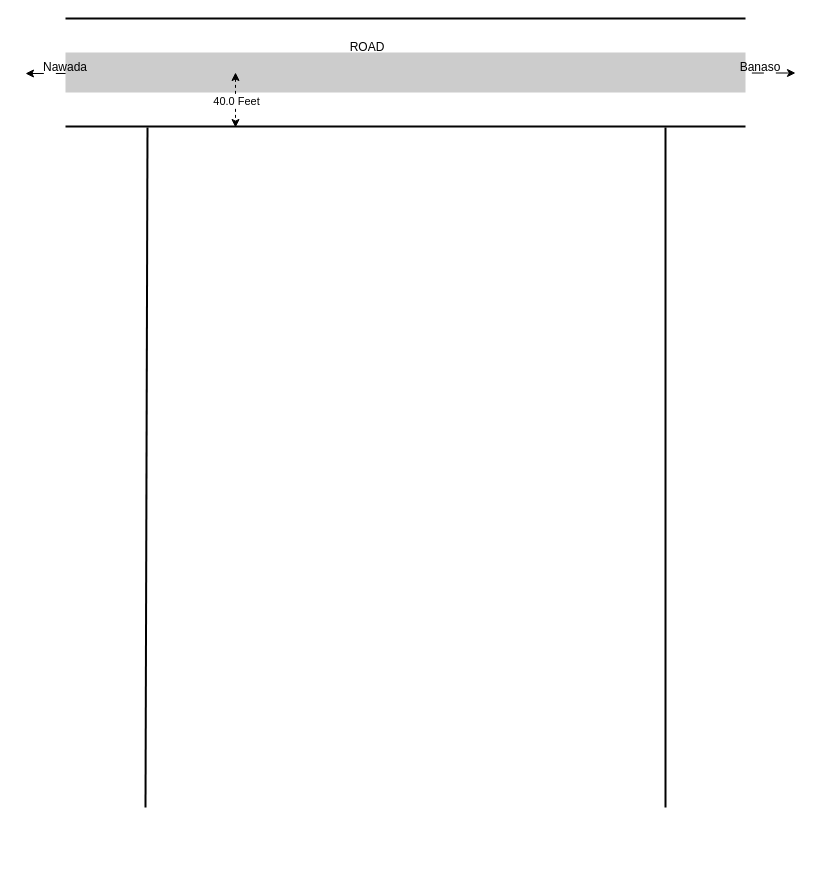
Earlier version of the draw.io diagram drawing/banaso-land/Untitled Diagram.drawio (javabrown/draw.io). Source tidied: cells renumbered, new cells numbered last; positions are measured from the earlier drawing's top-left corner, leaving out a move shared by most shapes. Both pictures are drawn from the tidied source at 100%, with x=0, y=0 at pixel (25, 18).
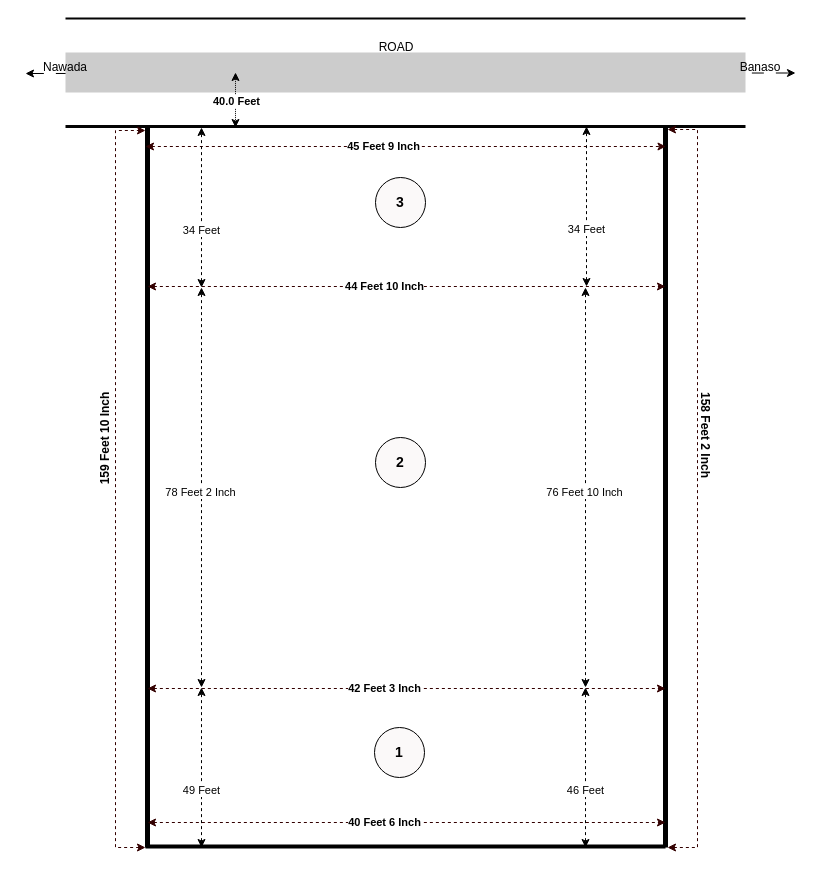
The same page after the edit.

Commit message:
Banaso Land Diagram.drawio

Diff of the diagram source:
```diff
@@
-    <mxCell id="3" style="rounded=0;whiteSpace=wrap;html=1;fillColor=#CCCCCC;strokeColor=none;" parent="1" vertex="1">
+    <mxCell id="3" style="rounded=0;whiteSpace=wrap;html=1;fillColor=#CCCCCC;strokeColor=none;gradientColor=none;dashed=1;perimeterSpacing=0;" parent="1" vertex="1">
       <mxGeometry x="40" y="34" width="680" height="40" as="geometry" />
     </mxCell>
@@
-    <mxCell id="5" style="endArrow=none;html=1;rounded=0;strokeColor=#030303;strokeWidth=2;" parent="1" edge="1">
+    <mxCell id="5" style="endArrow=none;html=1;rounded=0;strokeColor=#030303;strokeWidth=3;" parent="1" edge="1">
       <mxGeometry relative="1" as="geometry">
         <mxPoint x="40" y="108" as="sourcePoint" />
         <mxPoint x="720" y="108" as="targetPoint" />
       </mxGeometry>
     </mxCell>
@@
     <mxCell id="9" value="ROAD" style="text;html=1;align=center;verticalAlign=middle;whiteSpace=wrap;rounded=0;fillColor=none;strokeColor=none;" parent="1" vertex="1">
-      <mxGeometry x="312" y="14" width="60" height="30" as="geometry" />
+      <mxGeometry x="341" y="14" width="60" height="30" as="geometry" />
     </mxCell>
@@
-    <mxCell id="12" style="endArrow=classic;html=1;rounded=0;startArrow=classic;startFill=1;dashed=1;" parent="1" edge="1">
+    <mxCell id="12" style="endArrow=classic;html=1;rounded=0;startArrow=classic;startFill=1;dashed=1;dashPattern=1 1;" parent="1" edge="1">
       <mxGeometry relative="1" as="geometry">
         <mxPoint x="210" y="54" as="sourcePoint" />
         <mxPoint x="210" y="109" as="targetPoint" />
       </mxGeometry>
     </mxCell>
-    <mxCell id="13" value="40.0 Feet" style="edgeLabel;html=1;align=center;verticalAlign=middle;" parent="12" vertex="1">
+    <mxCell id="13" value="40.0 Feet" style="edgeLabel;html=1;align=center;verticalAlign=middle;fontStyle=1;" parent="12" vertex="1">
       <mxGeometry relative="1" as="geometry" />
     </mxCell>
-    <mxCell id="14" style="endArrow=none;html=1;rounded=0;strokeWidth=2;" parent="1" edge="1">
+    <mxCell id="14" style="endArrow=none;html=1;rounded=0;strokeWidth=5;" parent="1" edge="1">
       <mxGeometry relative="1" as="geometry">
-        <mxPoint x="120" y="789" as="sourcePoint" />
+        <mxPoint x="122" y="829" as="sourcePoint" />
         <mxPoint x="122" y="109" as="targetPoint" />
       </mxGeometry>
     </mxCell>
-    <mxCell id="15" style="endArrow=none;html=1;rounded=0;strokeWidth=2;" parent="1" edge="1">
+    <mxCell id="15" style="endArrow=none;html=1;rounded=0;strokeWidth=5;" parent="1" edge="1">
       <mxGeometry relative="1" as="geometry">
-        <mxPoint x="640" y="789" as="sourcePoint" />
+        <mxPoint x="640" y="829" as="sourcePoint" />
         <mxPoint x="640" y="109" as="targetPoint" />
       </mxGeometry>
     </mxCell>
+    <mxCell id="16" style="endArrow=classic;startArrow=classic;html=1;rounded=0;strokeColor=#330000;startFill=1;endFill=1;dashed=1;" parent="1" edge="1">
+      <mxGeometry relative="1" as="geometry">
+        <mxPoint x="120" y="128" as="sourcePoint" />
+        <mxPoint x="640.5" y="128" as="targetPoint" />
+      </mxGeometry>
+    </mxCell>
+    <mxCell id="17" value="45 Feet 9 Inch" style="edgeLabel;html=1;align=center;verticalAlign=middle;fontStyle=1;" parent="16" vertex="1">
+      <mxGeometry x="-0.09" y="1" relative="1" as="geometry" />
+    </mxCell>
+    <mxCell id="18" style="endArrow=classic;startArrow=classic;html=1;rounded=0;strokeColor=#330000;startFill=1;endFill=1;dashed=1;" parent="1" edge="1">
+      <mxGeometry relative="1" as="geometry">
+        <mxPoint x="122" y="268" as="sourcePoint" />
+        <mxPoint x="640" y="268" as="targetPoint" />
+      </mxGeometry>
+    </mxCell>
+    <mxCell id="19" value="44 Feet 10 Inch" style="edgeLabel;html=1;align=center;verticalAlign=middle;fontStyle=1;" parent="18" vertex="1">
+      <mxGeometry x="-0.09" y="1" relative="1" as="geometry" />
+    </mxCell>
+    <mxCell id="20" style="endArrow=classic;startArrow=classic;html=1;rounded=0;strokeColor=#330000;startFill=1;endFill=1;dashed=1;" parent="1" edge="1">
+      <mxGeometry relative="1" as="geometry">
+        <mxPoint x="122" y="670" as="sourcePoint" />
+        <mxPoint x="640" y="670" as="targetPoint" />
+      </mxGeometry>
+    </mxCell>
+    <mxCell id="21" value="42 Feet 3 Inch" style="edgeLabel;html=1;align=center;verticalAlign=middle;fontStyle=1;" parent="20" vertex="1">
+      <mxGeometry x="-0.09" y="1" relative="1" as="geometry" />
+    </mxCell>
+    <mxCell id="22" style="endArrow=classic;startArrow=classic;html=1;rounded=0;strokeColor=#330000;startFill=1;endFill=1;dashed=1;" parent="1" edge="1">
+      <mxGeometry relative="1" as="geometry">
+        <mxPoint x="122" y="804" as="sourcePoint" />
+        <mxPoint x="640" y="804" as="targetPoint" />
+      </mxGeometry>
+    </mxCell>
+    <mxCell id="23" value="40 Feet 6 Inch" style="edgeLabel;html=1;align=center;verticalAlign=middle;fontStyle=1;" parent="22" vertex="1">
+      <mxGeometry x="-0.09" y="1" relative="1" as="geometry" />
+    </mxCell>
+    <mxCell id="24" style="endArrow=none;html=1;rounded=0;strokeWidth=4;" parent="1" edge="1">
+      <mxGeometry relative="1" as="geometry">
+        <mxPoint x="120" y="828" as="sourcePoint" />
+        <mxPoint x="640" y="828" as="targetPoint" />
+      </mxGeometry>
+    </mxCell>
+    <mxCell id="25" value="&lt;h3&gt;1&lt;/h3&gt;" style="ellipse;whiteSpace=wrap;html=1;strokeColor=#000000;gradientColor=none;fillColor=#fbf9f9;" parent="1" vertex="1">
+      <mxGeometry x="349" y="709" width="50" height="50" as="geometry" />
+    </mxCell>
+    <mxCell id="26" value="&lt;h3&gt;2&lt;/h3&gt;" style="ellipse;whiteSpace=wrap;html=1;strokeColor=#000000;gradientColor=none;fillColor=#fbf9f9;" parent="1" vertex="1">
+      <mxGeometry x="350" y="419" width="50" height="50" as="geometry" />
+    </mxCell>
+    <mxCell id="27" value="&lt;h3&gt;3&lt;/h3&gt;" style="ellipse;whiteSpace=wrap;html=1;strokeColor=#000000;gradientColor=none;fillColor=#fbf9f9;" parent="1" vertex="1">
+      <mxGeometry x="350" y="159" width="50" height="50" as="geometry" />
+    </mxCell>
+    <mxCell id="28" style="endArrow=classic;startArrow=classic;html=1;rounded=0;strokeColor=#330000;dashed=1;" parent="1" edge="1">
+      <mxGeometry relative="1" as="geometry">
+        <mxPoint x="120" y="829" as="sourcePoint" />
+        <mxPoint x="120" y="112" as="targetPoint" />
+        <Array as="points">
+          <mxPoint x="90" y="829" />
+          <mxPoint x="90" y="112" />
+        </Array>
+      </mxGeometry>
+    </mxCell>
+    <mxCell id="29" value="159 Feet 10 Inch" style="text;html=1;strokeColor=none;fillColor=none;align=center;verticalAlign=middle;whiteSpace=wrap;rounded=0;rotation=-90;fontStyle=1;" parent="1" vertex="1">
+      <mxGeometry x="30" y="405" width="100" height="30" as="geometry" />
+    </mxCell>
+    <mxCell id="30" style="endArrow=classic;startArrow=classic;html=1;rounded=0;dashed=1;" parent="1" edge="1">
+      <mxGeometry relative="1" as="geometry">
+        <mxPoint x="176" y="269" as="sourcePoint" />
+        <mxPoint x="176" y="109" as="targetPoint" />
+      </mxGeometry>
+    </mxCell>
+    <mxCell id="31" value="34 Feet" style="edgeLabel;html=1;align=center;verticalAlign=middle;" parent="30" vertex="1">
+      <mxGeometry x="-0.28" y="1" relative="1" as="geometry" />
+    </mxCell>
+    <mxCell id="32" style="endArrow=classic;startArrow=classic;html=1;rounded=0;dashed=1;" parent="1" edge="1">
+      <mxGeometry relative="1" as="geometry">
+        <mxPoint x="561" y="268" as="sourcePoint" />
+        <mxPoint x="561" y="108" as="targetPoint" />
+      </mxGeometry>
+    </mxCell>
+    <mxCell id="33" value="34 Feet" style="edgeLabel;html=1;align=center;verticalAlign=middle;" parent="32" vertex="1">
+      <mxGeometry x="-0.28" y="1" relative="1" as="geometry" />
+    </mxCell>
+    <mxCell id="34" style="endArrow=classic;startArrow=classic;html=1;rounded=0;dashed=1;strokeColor=#000000;" parent="1" edge="1">
+      <mxGeometry relative="1" as="geometry">
+        <mxPoint x="176" y="669" as="sourcePoint" />
+        <mxPoint x="176" y="269" as="targetPoint" />
+        <Array as="points">
+          <mxPoint x="176" y="379" />
+        </Array>
+      </mxGeometry>
+    </mxCell>
+    <mxCell id="35" value="78 Feet 2 Inch" style="edgeLabel;html=1;align=center;verticalAlign=middle;" parent="34" vertex="1">
+      <mxGeometry x="-0.02" y="2" relative="1" as="geometry" />
+    </mxCell>
+    <mxCell id="36" style="endArrow=classic;startArrow=classic;html=1;rounded=0;dashed=1;strokeColor=#000000;" parent="1" edge="1">
+      <mxGeometry relative="1" as="geometry">
+        <mxPoint x="560" y="669" as="sourcePoint" />
+        <mxPoint x="560" y="269" as="targetPoint" />
+        <Array as="points">
+          <mxPoint x="560" y="379" />
+        </Array>
+      </mxGeometry>
+    </mxCell>
+    <mxCell id="37" value="76 Feet 10 Inch" style="edgeLabel;html=1;align=center;verticalAlign=middle;" parent="36" vertex="1">
+      <mxGeometry x="-0.02" y="2" relative="1" as="geometry" />
+    </mxCell>
+    <mxCell id="38" style="endArrow=classic;startArrow=classic;html=1;rounded=0;dashed=1;" parent="1" edge="1">
+      <mxGeometry relative="1" as="geometry">
+        <mxPoint x="176" y="829" as="sourcePoint" />
+        <mxPoint x="176" y="669" as="targetPoint" />
+      </mxGeometry>
+    </mxCell>
+    <mxCell id="39" value="49 Feet" style="edgeLabel;html=1;align=center;verticalAlign=middle;" parent="38" vertex="1">
+      <mxGeometry x="-0.28" y="1" relative="1" as="geometry" />
+    </mxCell>
+    <mxCell id="40" style="endArrow=classic;startArrow=classic;html=1;rounded=0;dashed=1;" parent="1" edge="1">
+      <mxGeometry relative="1" as="geometry">
+        <mxPoint x="560" y="829" as="sourcePoint" />
+        <mxPoint x="560" y="669" as="targetPoint" />
+      </mxGeometry>
+    </mxCell>
+    <mxCell id="41" value="46 Feet" style="edgeLabel;html=1;align=center;verticalAlign=middle;" parent="40" vertex="1">
+      <mxGeometry x="-0.28" y="1" relative="1" as="geometry" />
+    </mxCell>
+    <mxCell id="42" style="endArrow=classic;startArrow=classic;html=1;rounded=0;strokeColor=#330000;dashed=1;" parent="1" edge="1">
+      <mxGeometry relative="1" as="geometry">
+        <mxPoint x="642" y="829" as="sourcePoint" />
+        <mxPoint x="642" y="111" as="targetPoint" />
+        <Array as="points">
+          <mxPoint x="672" y="829" />
+          <mxPoint x="672" y="111" />
+        </Array>
+      </mxGeometry>
+    </mxCell>
+    <mxCell id="43" value="158 Feet 2 Inch" style="text;html=1;strokeColor=none;fillColor=none;align=center;verticalAlign=middle;whiteSpace=wrap;rounded=0;rotation=90;fontStyle=1;" parent="1" vertex="1">
+      <mxGeometry x="630" y="402" width="100" height="30" as="geometry" />
+    </mxCell>
```
